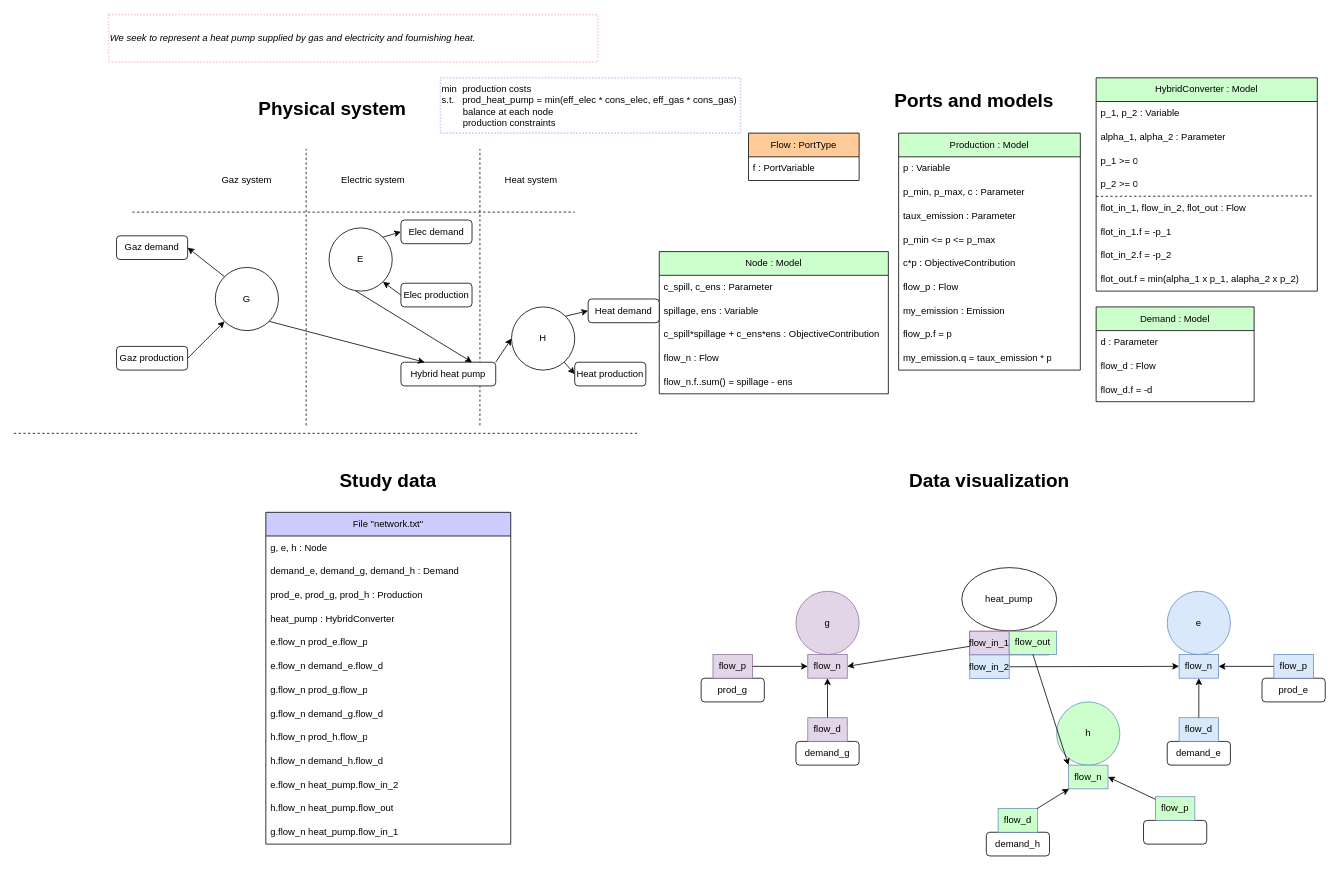
AntaresSimulatorTeam/andromede-modeling-prototype keeps this draw.io diagram as models-design/systems/hybrid_converter.drawio. Above is the earlier version. Source tidied: cells renumbered, new cells numbered last; positions are measured from the earlier drawing's top-left corner, leaving out a move shared by most shapes. Both pictures are drawn from the tidied source at 79%, with x=0, y=0 at pixel (13, 14).
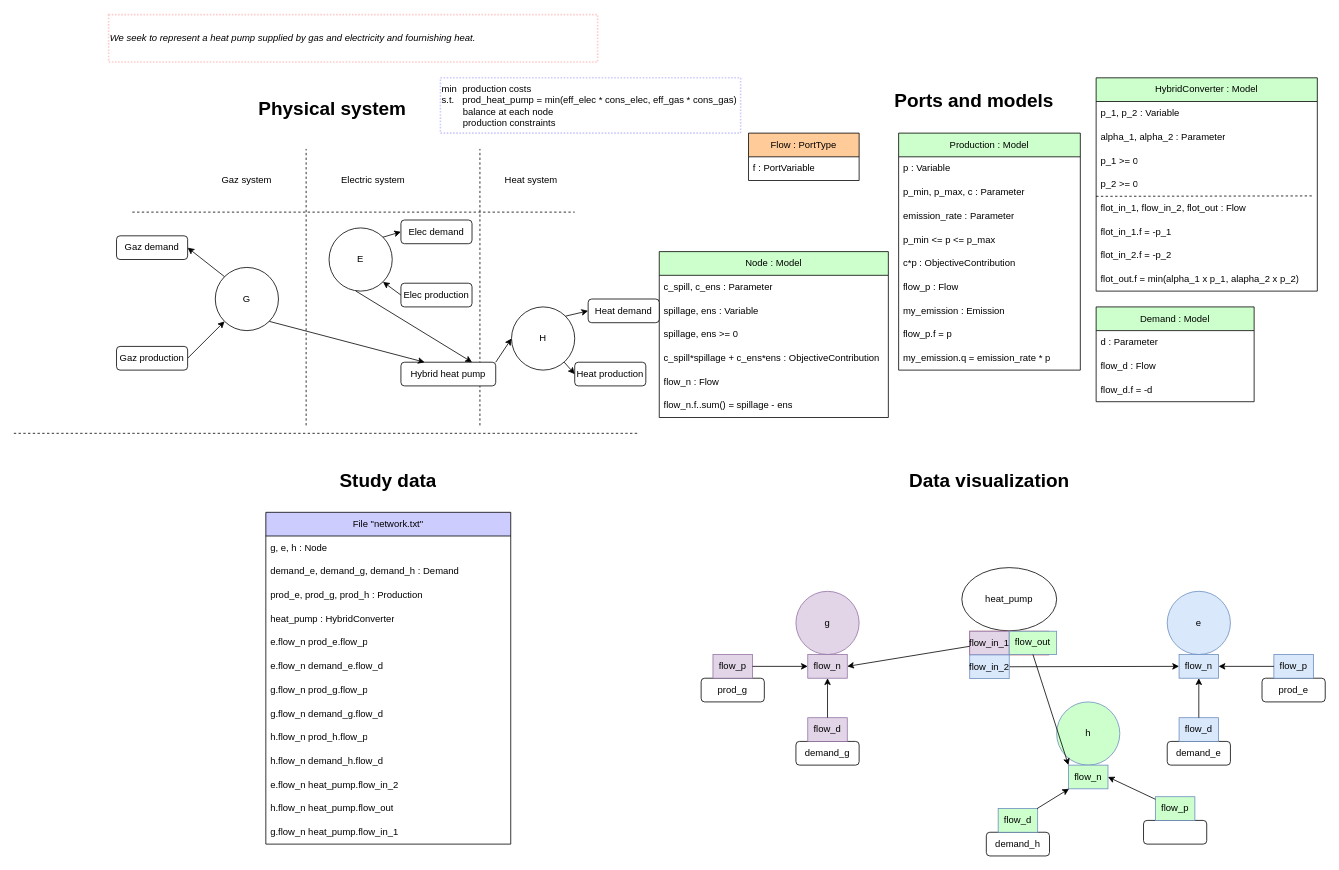
After the change.

Commit message (it also covers changes not shown here):
Specify ens,spill sign and translate emission rate

Unchanged cells that the change refers to:
```xml
<mxCell id="18" style="group;" parent="1" vertex="1">
  <mxGeometry x="880" y="90" width="770" height="490" as="geometry" />
</mxCell>
<mxCell id="94" value="Production : Model" style="swimlane;fontStyle=0;horizontal=1;startSize=30;whiteSpace=wrap;html=1;fillColor=#CCFFCC;fontColor=#000000;" parent="1" vertex="1">
  <mxGeometry x="1120" y="150" width="230" height="300" as="geometry" />
</mxCell>
```

Diff of the diagram source:
```diff
@@
     <mxCell id="36" value="Node : Model" style="swimlane;fontStyle=0;horizontal=1;startSize=30;whiteSpace=wrap;html=1;fillColor=#CCFFCC;fontColor=#000000;" parent="18" vertex="1">
-      <mxGeometry x="-63" y="210" width="290" height="180" as="geometry" />
+      <mxGeometry x="-63" y="210" width="290" height="210" as="geometry" />
     </mxCell>
@@
+    <mxCell id="124" value="spillage, ens &amp;gt;= 0" style="text;strokeColor=none;fillColor=none;align=left;verticalAlign=middle;spacingLeft=4;spacingRight=4;overflow=hidden;whiteSpace=wrap;html=1;" parent="36" vertex="1">
+      <mxGeometry y="90" width="290" height="30" as="geometry" />
+    </mxCell>
     <mxCell id="39" value="c_spill*spillage + c_ens*ens : ObjectiveContribution" style="text;strokeColor=none;fillColor=none;align=left;verticalAlign=middle;spacingLeft=4;spacingRight=4;overflow=hidden;whiteSpace=wrap;html=1;" parent="36" vertex="1">
-      <mxGeometry y="90" width="290" height="30" as="geometry" />
+      <mxGeometry y="120" width="290" height="30" as="geometry" />
     </mxCell>
     <mxCell id="40" value="flow_n : Flow" style="text;strokeColor=none;fillColor=none;align=left;verticalAlign=middle;spacingLeft=4;spacingRight=4;overflow=hidden;whiteSpace=wrap;html=1;" parent="36" vertex="1">
-      <mxGeometry y="120" width="290" height="30" as="geometry" />
+      <mxGeometry y="150" width="290" height="30" as="geometry" />
     </mxCell>
     <mxCell id="41" value="flow_n.f..sum() = spillage - ens" style="text;strokeColor=none;fillColor=none;align=left;verticalAlign=middle;spacingLeft=4;spacingRight=4;overflow=hidden;whiteSpace=wrap;html=1;" parent="36" vertex="1">
-      <mxGeometry y="150" width="290" height="30" as="geometry" />
+      <mxGeometry y="180" width="290" height="30" as="geometry" />
     </mxCell>
@@
-    <mxCell id="97" value="taux_emission : Parameter" style="text;strokeColor=none;fillColor=none;align=left;verticalAlign=middle;spacingLeft=4;spacingRight=4;overflow=hidden;whiteSpace=wrap;html=1;" parent="94" vertex="1">
+    <mxCell id="97" value="emission_rate : Parameter" style="text;strokeColor=none;fillColor=none;align=left;verticalAlign=middle;spacingLeft=4;spacingRight=4;overflow=hidden;whiteSpace=wrap;html=1;" parent="94" vertex="1">
       <mxGeometry y="90" width="230" height="30" as="geometry" />
     </mxCell>
@@
-    <mxCell id="103" value="my_emission.q = taux_emission * p" style="text;strokeColor=none;fillColor=none;align=left;verticalAlign=middle;spacingLeft=4;spacingRight=4;overflow=hidden;whiteSpace=wrap;html=1;" parent="94" vertex="1">
+    <mxCell id="103" value="my_emission.q = emission_rate * p" style="text;strokeColor=none;fillColor=none;align=left;verticalAlign=middle;spacingLeft=4;spacingRight=4;overflow=hidden;whiteSpace=wrap;html=1;" parent="94" vertex="1">
       <mxGeometry y="270" width="230" height="30" as="geometry" />
     </mxCell>
```
